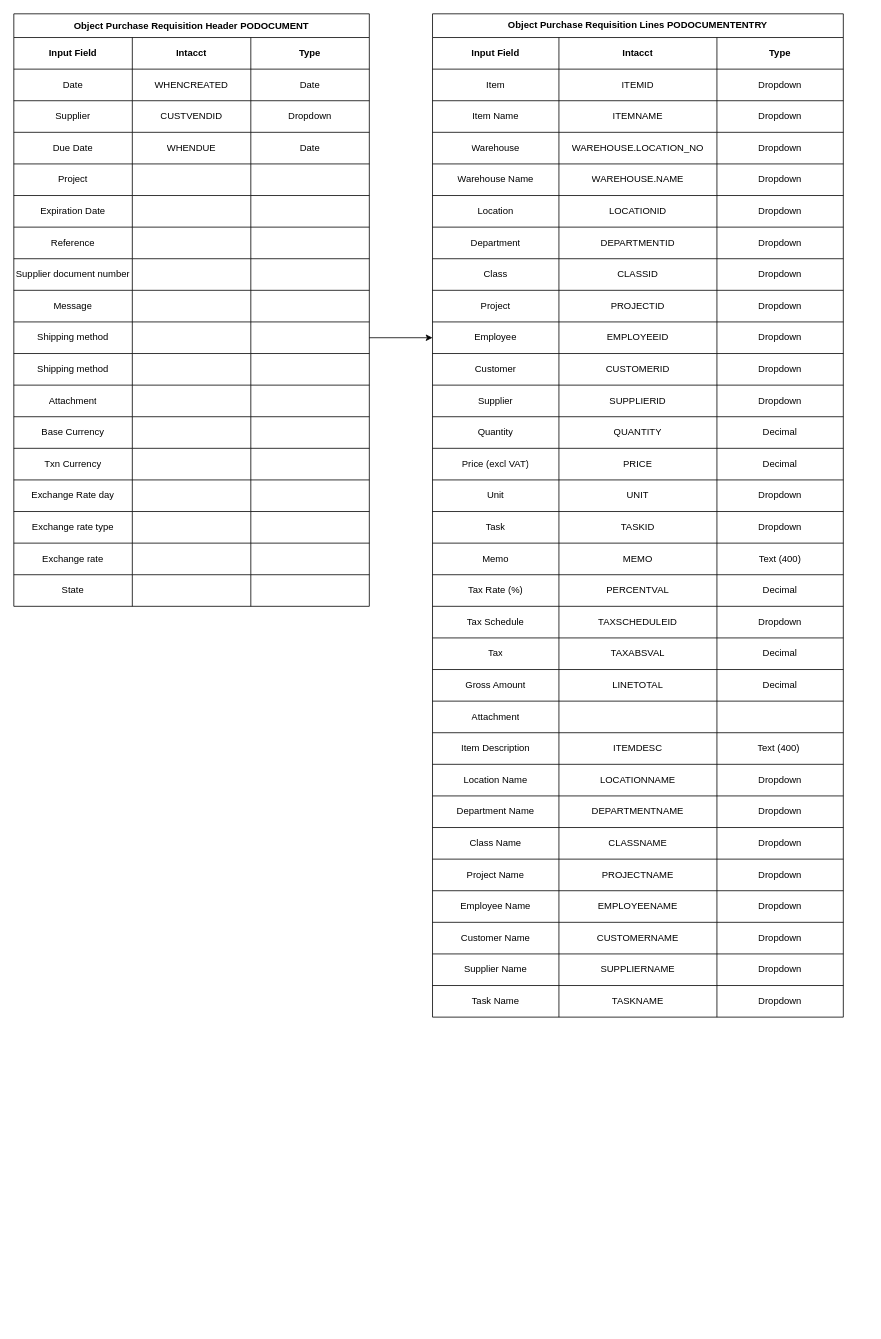
Earlier version of the draw.io diagram page "Page-2" (2 of 2) of ProcureLink.drawio (garrithhyman/ProcureLink). Source tidied: cells renumbered, new cells numbered last; positions are measured from the earlier drawing's top-left corner, leaving out a move shared by most shapes. Both pictures are drawn from the tidied source at 79%, with x=0, y=0 at pixel (13, 13).
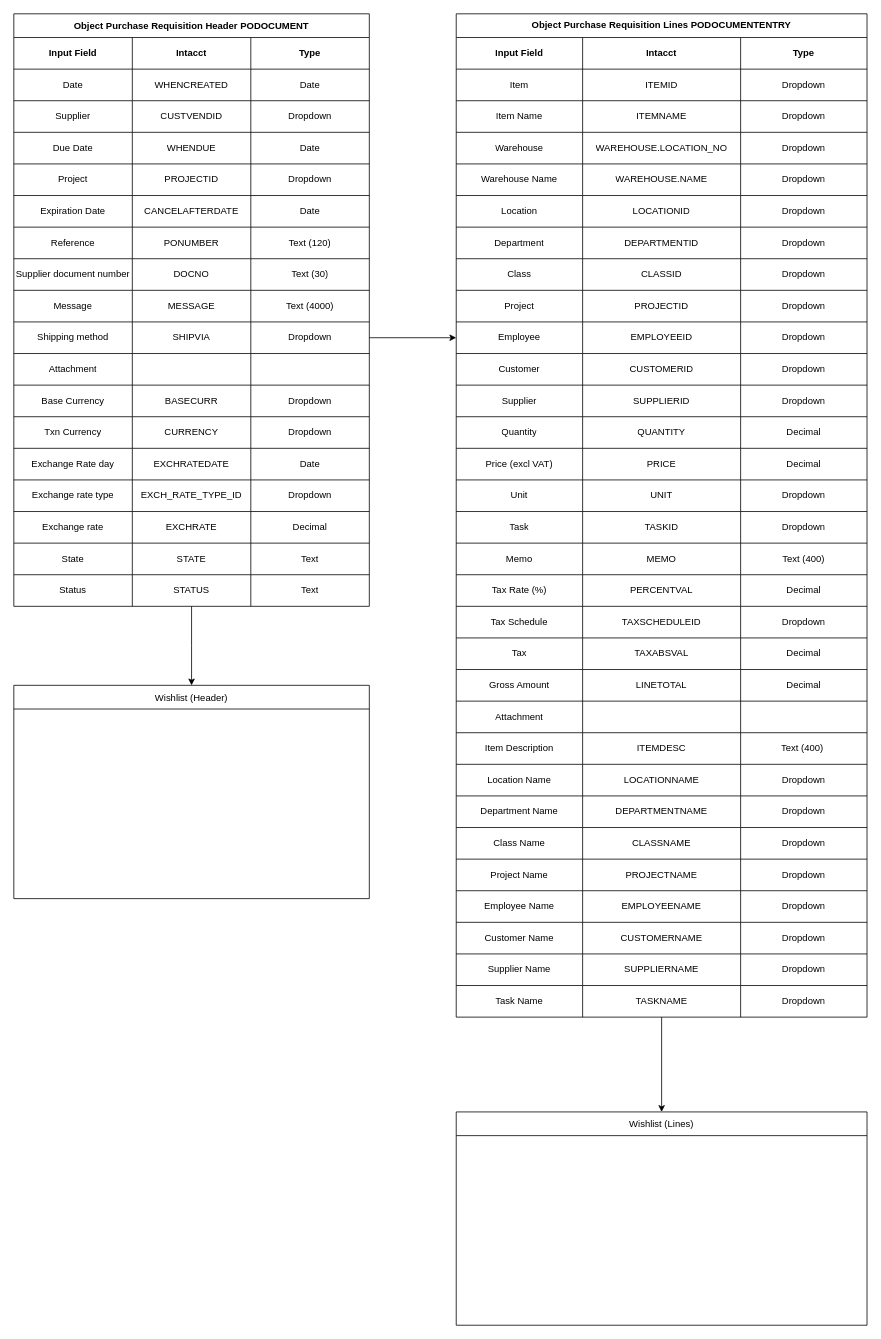
The same page after the edit.

The change refers to these unchanged cells:
```xml
<mxCell id="2" value="Object Purchase Requisition Header PODOCUMENT" style="shape=table;startSize=30;childLayout=tableLayout;fontStyle=1;" parent="1" vertex="1">
  <mxGeometry width="450" height="750" as="geometry" />
</mxCell>
<mxCell id="19" style="shape=tableRow;horizontal=0;startSize=0;swimlaneHead=0;swimlaneBody=0;strokeColor=inherit;top=0;left=0;bottom=0;right=0;fillColor=none;" parent="2" vertex="1">
  <mxGeometry y="190" width="450" height="40" as="geometry" />
</mxCell>
<mxCell id="23" style="shape=tableRow;horizontal=0;startSize=0;swimlaneHead=0;swimlaneBody=0;strokeColor=inherit;top=0;left=0;bottom=0;right=0;fillColor=none;" parent="2" vertex="1">
  <mxGeometry y="230" width="450" height="40" as="geometry" />
</mxCell>
<mxCell id="27" style="shape=tableRow;horizontal=0;startSize=0;swimlaneHead=0;swimlaneBody=0;strokeColor=inherit;top=0;left=0;bottom=0;right=0;fillColor=none;" parent="2" vertex="1">
  <mxGeometry y="270" width="450" height="40" as="geometry" />
</mxCell>
<mxCell id="31" style="shape=tableRow;horizontal=0;startSize=0;swimlaneHead=0;swimlaneBody=0;strokeColor=inherit;top=0;left=0;bottom=0;right=0;fillColor=none;" parent="2" vertex="1">
  <mxGeometry y="310" width="450" height="40" as="geometry" />
</mxCell>
<mxCell id="35" style="shape=tableRow;horizontal=0;startSize=0;swimlaneHead=0;swimlaneBody=0;strokeColor=inherit;top=0;left=0;bottom=0;right=0;fillColor=none;" parent="2" vertex="1">
  <mxGeometry y="350" width="450" height="40" as="geometry" />
</mxCell>
<mxCell id="39" style="shape=tableRow;horizontal=0;startSize=0;swimlaneHead=0;swimlaneBody=0;strokeColor=inherit;top=0;left=0;bottom=0;right=0;fillColor=none;points=[[0,0.5],[1,0.5]];portConstraint=eastwest;" parent="2" vertex="1">
  <mxGeometry y="390" width="450" height="40" as="geometry" />
</mxCell>
<mxCell id="112" style="shape=tableRow;horizontal=0;startSize=0;swimlaneHead=0;swimlaneBody=0;strokeColor=inherit;top=0;left=0;bottom=0;right=0;fillColor=none;points=[[0,0.5],[1,0.5]];portConstraint=eastwest;" parent="75" vertex="1">
  <mxGeometry y="390" width="520" height="40" as="geometry" />
</mxCell>
```

The edit, as a diff of the source:
```diff
@@
+    <mxCell id="201" style="edgeStyle=orthogonalEdgeStyle;rounded=0;jettySize=auto;html=1;entryX=0.5;entryY=0;entryDx=0;entryDy=0;" parent="1" edge="1" source="2">
+      <mxGeometry relative="1" as="geometry">
+        <mxPoint x="225" y="850" as="targetPoint" />
+      </mxGeometry>
+    </mxCell>
@@
-    <mxCell id="21" style="shape=partialRectangle;html=1;whiteSpace=wrap;strokeColor=inherit;overflow=hidden;fillColor=none;top=0;left=0;bottom=0;right=0;" parent="19" vertex="1">
+    <mxCell id="21" value="PROJECTID" style="shape=partialRectangle;html=1;whiteSpace=wrap;strokeColor=inherit;overflow=hidden;fillColor=none;top=0;left=0;bottom=0;right=0;" parent="19" vertex="1">
       <mxGeometry x="150" width="150" height="40" as="geometry" />
     </mxCell>
-    <mxCell id="22" style="shape=partialRectangle;html=1;whiteSpace=wrap;strokeColor=inherit;overflow=hidden;fillColor=none;top=0;left=0;bottom=0;right=0;" parent="19" vertex="1">
+    <mxCell id="22" value="Dropdown" style="shape=partialRectangle;html=1;whiteSpace=wrap;strokeColor=inherit;overflow=hidden;fillColor=none;top=0;left=0;bottom=0;right=0;" parent="19" vertex="1">
       <mxGeometry x="300" width="150" height="40" as="geometry" />
     </mxCell>
@@
-    <mxCell id="25" style="shape=partialRectangle;html=1;whiteSpace=wrap;strokeColor=inherit;overflow=hidden;fillColor=none;top=0;left=0;bottom=0;right=0;" parent="23" vertex="1">
+    <mxCell id="25" value="CANCELAFTERDATE" style="shape=partialRectangle;html=1;whiteSpace=wrap;strokeColor=inherit;overflow=hidden;fillColor=none;top=0;left=0;bottom=0;right=0;" parent="23" vertex="1">
       <mxGeometry x="150" width="150" height="40" as="geometry" />
     </mxCell>
-    <mxCell id="26" style="shape=partialRectangle;html=1;whiteSpace=wrap;strokeColor=inherit;overflow=hidden;fillColor=none;top=0;left=0;bottom=0;right=0;" parent="23" vertex="1">
+    <mxCell id="26" value="Date" style="shape=partialRectangle;html=1;whiteSpace=wrap;strokeColor=inherit;overflow=hidden;fillColor=none;top=0;left=0;bottom=0;right=0;" parent="23" vertex="1">
       <mxGeometry x="300" width="150" height="40" as="geometry" />
     </mxCell>
@@
-    <mxCell id="29" style="shape=partialRectangle;html=1;whiteSpace=wrap;strokeColor=inherit;overflow=hidden;fillColor=none;top=0;left=0;bottom=0;right=0;" parent="27" vertex="1">
+    <mxCell id="29" value="PONUMBER" style="shape=partialRectangle;html=1;whiteSpace=wrap;strokeColor=inherit;overflow=hidden;fillColor=none;top=0;left=0;bottom=0;right=0;" parent="27" vertex="1">
       <mxGeometry x="150" width="150" height="40" as="geometry" />
     </mxCell>
-    <mxCell id="30" style="shape=partialRectangle;html=1;whiteSpace=wrap;strokeColor=inherit;overflow=hidden;fillColor=none;top=0;left=0;bottom=0;right=0;" parent="27" vertex="1">
+    <mxCell id="30" value="Text (120)" style="shape=partialRectangle;html=1;whiteSpace=wrap;strokeColor=inherit;overflow=hidden;fillColor=none;top=0;left=0;bottom=0;right=0;" parent="27" vertex="1">
       <mxGeometry x="300" width="150" height="40" as="geometry" />
     </mxCell>
@@
-    <mxCell id="33" style="shape=partialRectangle;html=1;whiteSpace=wrap;strokeColor=inherit;overflow=hidden;fillColor=none;top=0;left=0;bottom=0;right=0;" parent="31" vertex="1">
+    <mxCell id="33" value="DOCNO" style="shape=partialRectangle;html=1;whiteSpace=wrap;strokeColor=inherit;overflow=hidden;fillColor=none;top=0;left=0;bottom=0;right=0;" parent="31" vertex="1">
       <mxGeometry x="150" width="150" height="40" as="geometry" />
     </mxCell>
-    <mxCell id="34" style="shape=partialRectangle;html=1;whiteSpace=wrap;strokeColor=inherit;overflow=hidden;fillColor=none;top=0;left=0;bottom=0;right=0;" parent="31" vertex="1">
+    <mxCell id="34" value="Text (30)" style="shape=partialRectangle;html=1;whiteSpace=wrap;strokeColor=inherit;overflow=hidden;fillColor=none;top=0;left=0;bottom=0;right=0;" parent="31" vertex="1">
       <mxGeometry x="300" width="150" height="40" as="geometry" />
     </mxCell>
@@
-    <mxCell id="37" style="shape=partialRectangle;html=1;whiteSpace=wrap;strokeColor=inherit;overflow=hidden;fillColor=none;top=0;left=0;bottom=0;right=0;" parent="35" vertex="1">
+    <mxCell id="37" value="MESSAGE" style="shape=partialRectangle;html=1;whiteSpace=wrap;strokeColor=inherit;overflow=hidden;fillColor=none;top=0;left=0;bottom=0;right=0;" parent="35" vertex="1">
       <mxGeometry x="150" width="150" height="40" as="geometry" />
     </mxCell>
-    <mxCell id="38" style="shape=partialRectangle;html=1;whiteSpace=wrap;strokeColor=inherit;overflow=hidden;fillColor=none;top=0;left=0;bottom=0;right=0;" parent="35" vertex="1">
+    <mxCell id="38" value="Text (4000)" style="shape=partialRectangle;html=1;whiteSpace=wrap;strokeColor=inherit;overflow=hidden;fillColor=none;top=0;left=0;bottom=0;right=0;" parent="35" vertex="1">
       <mxGeometry x="300" width="150" height="40" as="geometry" />
     </mxCell>
@@
-    <mxCell id="41" style="shape=partialRectangle;html=1;whiteSpace=wrap;strokeColor=inherit;overflow=hidden;fillColor=none;top=0;left=0;bottom=0;right=0;" parent="39" vertex="1">
+    <mxCell id="41" value="SHIPVIA" style="shape=partialRectangle;html=1;whiteSpace=wrap;strokeColor=inherit;overflow=hidden;fillColor=none;top=0;left=0;bottom=0;right=0;" parent="39" vertex="1">
       <mxGeometry x="150" width="150" height="40" as="geometry" />
     </mxCell>
-    <mxCell id="42" style="shape=partialRectangle;html=1;whiteSpace=wrap;strokeColor=inherit;overflow=hidden;fillColor=none;top=0;left=0;bottom=0;right=0;" parent="39" vertex="1">
+    <mxCell id="42" value="Dropdown" style="shape=partialRectangle;html=1;whiteSpace=wrap;strokeColor=inherit;overflow=hidden;fillColor=none;top=0;left=0;bottom=0;right=0;" parent="39" vertex="1">
       <mxGeometry x="300" width="150" height="40" as="geometry" />
     </mxCell>
-    <mxCell id="43" style="shape=tableRow;horizontal=0;startSize=0;swimlaneHead=0;swimlaneBody=0;strokeColor=inherit;top=0;left=0;bottom=0;right=0;fillColor=none;" parent="2" vertex="1">
-      <mxGeometry y="430" width="450" height="40" as="geometry" />
-    </mxCell>
-    <mxCell id="44" value="Shipping method" style="shape=partialRectangle;html=1;whiteSpace=wrap;strokeColor=inherit;overflow=hidden;fillColor=none;top=0;left=0;bottom=0;right=0;" parent="43" vertex="1">
-      <mxGeometry width="150" height="40" as="geometry" />
-    </mxCell>
-    <mxCell id="45" style="shape=partialRectangle;html=1;whiteSpace=wrap;strokeColor=inherit;overflow=hidden;fillColor=none;top=0;left=0;bottom=0;right=0;" parent="43" vertex="1">
-      <mxGeometry x="150" width="150" height="40" as="geometry" />
-    </mxCell>
-    <mxCell id="46" style="shape=partialRectangle;html=1;whiteSpace=wrap;strokeColor=inherit;overflow=hidden;fillColor=none;top=0;left=0;bottom=0;right=0;" parent="43" vertex="1">
-      <mxGeometry x="300" width="150" height="40" as="geometry" />
-    </mxCell>
     <mxCell id="47" style="shape=tableRow;horizontal=0;startSize=0;swimlaneHead=0;swimlaneBody=0;strokeColor=inherit;top=0;left=0;bottom=0;right=0;fillColor=none;" parent="2" vertex="1">
-      <mxGeometry y="470" width="450" height="40" as="geometry" />
+      <mxGeometry y="430" width="450" height="40" as="geometry" />
     </mxCell>
@@
     <mxCell id="51" style="shape=tableRow;horizontal=0;startSize=0;swimlaneHead=0;swimlaneBody=0;strokeColor=inherit;top=0;left=0;bottom=0;right=0;fillColor=none;" parent="2" vertex="1">
-      <mxGeometry y="510" width="450" height="40" as="geometry" />
+      <mxGeometry y="470" width="450" height="40" as="geometry" />
     </mxCell>
@@
-    <mxCell id="53" style="shape=partialRectangle;html=1;whiteSpace=wrap;strokeColor=inherit;overflow=hidden;fillColor=none;top=0;left=0;bottom=0;right=0;" parent="51" vertex="1">
+    <mxCell id="53" value="BASECURR" style="shape=partialRectangle;html=1;whiteSpace=wrap;strokeColor=inherit;overflow=hidden;fillColor=none;top=0;left=0;bottom=0;right=0;" parent="51" vertex="1">
       <mxGeometry x="150" width="150" height="40" as="geometry" />
     </mxCell>
-    <mxCell id="54" style="shape=partialRectangle;html=1;whiteSpace=wrap;strokeColor=inherit;overflow=hidden;fillColor=none;top=0;left=0;bottom=0;right=0;" parent="51" vertex="1">
+    <mxCell id="54" value="Dropdown" style="shape=partialRectangle;html=1;whiteSpace=wrap;strokeColor=inherit;overflow=hidden;fillColor=none;top=0;left=0;bottom=0;right=0;" parent="51" vertex="1">
       <mxGeometry x="300" width="150" height="40" as="geometry" />
     </mxCell>
     <mxCell id="55" style="shape=tableRow;horizontal=0;startSize=0;swimlaneHead=0;swimlaneBody=0;strokeColor=inherit;top=0;left=0;bottom=0;right=0;fillColor=none;" parent="2" vertex="1">
-      <mxGeometry y="550" width="450" height="40" as="geometry" />
+      <mxGeometry y="510" width="450" height="40" as="geometry" />
     </mxCell>
@@
-    <mxCell id="57" style="shape=partialRectangle;html=1;whiteSpace=wrap;strokeColor=inherit;overflow=hidden;fillColor=none;top=0;left=0;bottom=0;right=0;" parent="55" vertex="1">
+    <mxCell id="57" value="CURRENCY" style="shape=partialRectangle;html=1;whiteSpace=wrap;strokeColor=inherit;overflow=hidden;fillColor=none;top=0;left=0;bottom=0;right=0;" parent="55" vertex="1">
       <mxGeometry x="150" width="150" height="40" as="geometry" />
     </mxCell>
-    <mxCell id="58" style="shape=partialRectangle;html=1;whiteSpace=wrap;strokeColor=inherit;overflow=hidden;fillColor=none;top=0;left=0;bottom=0;right=0;" parent="55" vertex="1">
+    <mxCell id="58" value="Dropdown" style="shape=partialRectangle;html=1;whiteSpace=wrap;strokeColor=inherit;overflow=hidden;fillColor=none;top=0;left=0;bottom=0;right=0;" parent="55" vertex="1">
       <mxGeometry x="300" width="150" height="40" as="geometry" />
     </mxCell>
     <mxCell id="59" style="shape=tableRow;horizontal=0;startSize=0;swimlaneHead=0;swimlaneBody=0;strokeColor=inherit;top=0;left=0;bottom=0;right=0;fillColor=none;" parent="2" vertex="1">
-      <mxGeometry y="590" width="450" height="40" as="geometry" />
+      <mxGeometry y="550" width="450" height="40" as="geometry" />
     </mxCell>
@@
-    <mxCell id="61" style="shape=partialRectangle;html=1;whiteSpace=wrap;strokeColor=inherit;overflow=hidden;fillColor=none;top=0;left=0;bottom=0;right=0;" parent="59" vertex="1">
+    <mxCell id="61" value="EXCHRATEDATE" style="shape=partialRectangle;html=1;whiteSpace=wrap;strokeColor=inherit;overflow=hidden;fillColor=none;top=0;left=0;bottom=0;right=0;" parent="59" vertex="1">
       <mxGeometry x="150" width="150" height="40" as="geometry" />
     </mxCell>
-    <mxCell id="62" style="shape=partialRectangle;html=1;whiteSpace=wrap;strokeColor=inherit;overflow=hidden;fillColor=none;top=0;left=0;bottom=0;right=0;" parent="59" vertex="1">
+    <mxCell id="62" value="Date" style="shape=partialRectangle;html=1;whiteSpace=wrap;strokeColor=inherit;overflow=hidden;fillColor=none;top=0;left=0;bottom=0;right=0;" parent="59" vertex="1">
       <mxGeometry x="300" width="150" height="40" as="geometry" />
     </mxCell>
     <mxCell id="63" style="shape=tableRow;horizontal=0;startSize=0;swimlaneHead=0;swimlaneBody=0;strokeColor=inherit;top=0;left=0;bottom=0;right=0;fillColor=none;" parent="2" vertex="1">
-      <mxGeometry y="630" width="450" height="40" as="geometry" />
+      <mxGeometry y="590" width="450" height="40" as="geometry" />
     </mxCell>
@@
-    <mxCell id="65" style="shape=partialRectangle;html=1;whiteSpace=wrap;strokeColor=inherit;overflow=hidden;fillColor=none;top=0;left=0;bottom=0;right=0;" parent="63" vertex="1">
+    <mxCell id="65" value="EXCH_RATE_TYPE_ID" style="shape=partialRectangle;html=1;whiteSpace=wrap;strokeColor=inherit;overflow=hidden;fillColor=none;top=0;left=0;bottom=0;right=0;" parent="63" vertex="1">
       <mxGeometry x="150" width="150" height="40" as="geometry" />
     </mxCell>
-    <mxCell id="66" style="shape=partialRectangle;html=1;whiteSpace=wrap;strokeColor=inherit;overflow=hidden;fillColor=none;top=0;left=0;bottom=0;right=0;" parent="63" vertex="1">
+    <mxCell id="66" value="Dropdown" style="shape=partialRectangle;html=1;whiteSpace=wrap;strokeColor=inherit;overflow=hidden;fillColor=none;top=0;left=0;bottom=0;right=0;" parent="63" vertex="1">
       <mxGeometry x="300" width="150" height="40" as="geometry" />
     </mxCell>
     <mxCell id="67" style="shape=tableRow;horizontal=0;startSize=0;swimlaneHead=0;swimlaneBody=0;strokeColor=inherit;top=0;left=0;bottom=0;right=0;fillColor=none;" parent="2" vertex="1">
-      <mxGeometry y="670" width="450" height="40" as="geometry" />
+      <mxGeometry y="630" width="450" height="40" as="geometry" />
     </mxCell>
@@
-    <mxCell id="69" style="shape=partialRectangle;html=1;whiteSpace=wrap;strokeColor=inherit;overflow=hidden;fillColor=none;top=0;left=0;bottom=0;right=0;" parent="67" vertex="1">
+    <mxCell id="69" value="EXCHRATE" style="shape=partialRectangle;html=1;whiteSpace=wrap;strokeColor=inherit;overflow=hidden;fillColor=none;top=0;left=0;bottom=0;right=0;" parent="67" vertex="1">
       <mxGeometry x="150" width="150" height="40" as="geometry" />
     </mxCell>
-    <mxCell id="70" style="shape=partialRectangle;html=1;whiteSpace=wrap;strokeColor=inherit;overflow=hidden;fillColor=none;top=0;left=0;bottom=0;right=0;" parent="67" vertex="1">
+    <mxCell id="70" value="Decimal" style="shape=partialRectangle;html=1;whiteSpace=wrap;strokeColor=inherit;overflow=hidden;fillColor=none;top=0;left=0;bottom=0;right=0;" parent="67" vertex="1">
       <mxGeometry x="300" width="150" height="40" as="geometry" />
     </mxCell>
     <mxCell id="71" style="shape=tableRow;horizontal=0;startSize=0;swimlaneHead=0;swimlaneBody=0;strokeColor=inherit;top=0;left=0;bottom=0;right=0;fillColor=none;" parent="2" vertex="1">
-      <mxGeometry y="710" width="450" height="40" as="geometry" />
+      <mxGeometry y="670" width="450" height="40" as="geometry" />
     </mxCell>
@@
-    <mxCell id="73" style="shape=partialRectangle;html=1;whiteSpace=wrap;strokeColor=inherit;overflow=hidden;fillColor=none;top=0;left=0;bottom=0;right=0;" parent="71" vertex="1">
+    <mxCell id="73" value="STATE" style="shape=partialRectangle;html=1;whiteSpace=wrap;strokeColor=inherit;overflow=hidden;fillColor=none;top=0;left=0;bottom=0;right=0;" parent="71" vertex="1">
       <mxGeometry x="150" width="150" height="40" as="geometry" />
     </mxCell>
-    <mxCell id="74" style="shape=partialRectangle;html=1;whiteSpace=wrap;strokeColor=inherit;overflow=hidden;fillColor=none;top=0;left=0;bottom=0;right=0;" parent="71" vertex="1">
+    <mxCell id="74" value="Text" style="shape=partialRectangle;html=1;whiteSpace=wrap;strokeColor=inherit;overflow=hidden;fillColor=none;top=0;left=0;bottom=0;right=0;" parent="71" vertex="1">
       <mxGeometry x="300" width="150" height="40" as="geometry" />
     </mxCell>
+    <mxCell id="202" style="shape=tableRow;horizontal=0;startSize=0;swimlaneHead=0;swimlaneBody=0;strokeColor=inherit;top=0;left=0;bottom=0;right=0;fillColor=none;" parent="2" vertex="1">
+      <mxGeometry y="710" width="450" height="40" as="geometry" />
+    </mxCell>
+    <mxCell id="203" value="Status" style="shape=partialRectangle;html=1;whiteSpace=wrap;strokeColor=inherit;overflow=hidden;fillColor=none;top=0;left=0;bottom=0;right=0;" parent="202" vertex="1">
+      <mxGeometry width="150" height="40" as="geometry" />
+    </mxCell>
+    <mxCell id="204" value="STATUS" style="shape=partialRectangle;html=1;whiteSpace=wrap;strokeColor=inherit;overflow=hidden;fillColor=none;top=0;left=0;bottom=0;right=0;" parent="202" vertex="1">
+      <mxGeometry x="150" width="150" height="40" as="geometry" />
+    </mxCell>
+    <mxCell id="205" value="Text" style="shape=partialRectangle;html=1;whiteSpace=wrap;strokeColor=inherit;overflow=hidden;fillColor=none;top=0;left=0;bottom=0;right=0;" parent="202" vertex="1">
+      <mxGeometry x="300" width="150" height="40" as="geometry" />
+    </mxCell>
+    <mxCell id="206" style="edgeStyle=orthogonalEdgeStyle;rounded=0;jettySize=auto;html=1;entryX=0.5;entryY=0;entryDx=0;entryDy=0;" parent="1" edge="1" source="75" target="210">
+      <mxGeometry relative="1" as="geometry" />
+    </mxCell>
     <mxCell id="75" value="Object Purchase Requisition Lines PODOCUMENTENTRY" style="shape=table;startSize=30;childLayout=tableLayout;fontStyle=1;whiteSpace=wrap;" parent="1" vertex="1">
-      <mxGeometry x="530" width="520" height="1270" as="geometry" />
+      <mxGeometry x="560" width="520" height="1270" as="geometry" />
     </mxCell>
@@
-    <mxCell id="200" style="edgeStyle=orthogonalEdgeStyle;rounded=0;jettySize=auto;html=1;entryX=0;entryY=0.5;entryDx=0;entryDy=0;" parent="1" edge="1" source="39" target="112">
+    <mxCell id="200" style="edgeStyle=orthogonalEdgeStyle;rounded=0;jettySize=auto;html=1;entryX=0;entryY=0.5;entryDx=0;entryDy=0;fontColor=light-dark(#692626, #ededed);" parent="1" edge="1" source="39" target="112">
       <mxGeometry relative="1" as="geometry" />
     </mxCell>
+    <mxCell id="207" value="Wishlist (Header)" style="shape=table;startSize=30;childLayout=tableLayout;" parent="1" vertex="1">
+      <mxGeometry y="850" width="450" height="270" as="geometry" />
+    </mxCell>
+    <mxCell id="208" style="shape=tableRow;horizontal=0;startSize=0;swimlaneHead=0;swimlaneBody=0;strokeColor=inherit;top=0;left=0;bottom=0;right=0;fillColor=none;" parent="207" vertex="1">
+      <mxGeometry y="30" width="450" height="240" as="geometry" />
+    </mxCell>
+    <mxCell id="209" style="shape=partialRectangle;html=1;whiteSpace=wrap;strokeColor=inherit;overflow=hidden;fillColor=none;top=0;left=0;bottom=0;right=0;" parent="208" vertex="1">
+      <mxGeometry width="450" height="240" as="geometry" />
+    </mxCell>
+    <mxCell id="210" value="Wishlist (Lines)" style="shape=table;startSize=30;childLayout=tableLayout;" parent="1" vertex="1">
+      <mxGeometry x="560" y="1390" width="520" height="270" as="geometry" />
+    </mxCell>
+    <mxCell id="211" style="shape=tableRow;horizontal=0;startSize=0;swimlaneHead=0;swimlaneBody=0;strokeColor=inherit;top=0;left=0;bottom=0;right=0;fillColor=none;" parent="210" vertex="1">
+      <mxGeometry y="30" width="520" height="240" as="geometry" />
+    </mxCell>
+    <mxCell id="212" style="shape=partialRectangle;html=1;whiteSpace=wrap;strokeColor=inherit;overflow=hidden;fillColor=none;top=0;left=0;bottom=0;right=0;" parent="211" vertex="1">
+      <mxGeometry width="520" height="240" as="geometry" />
+    </mxCell>
```
